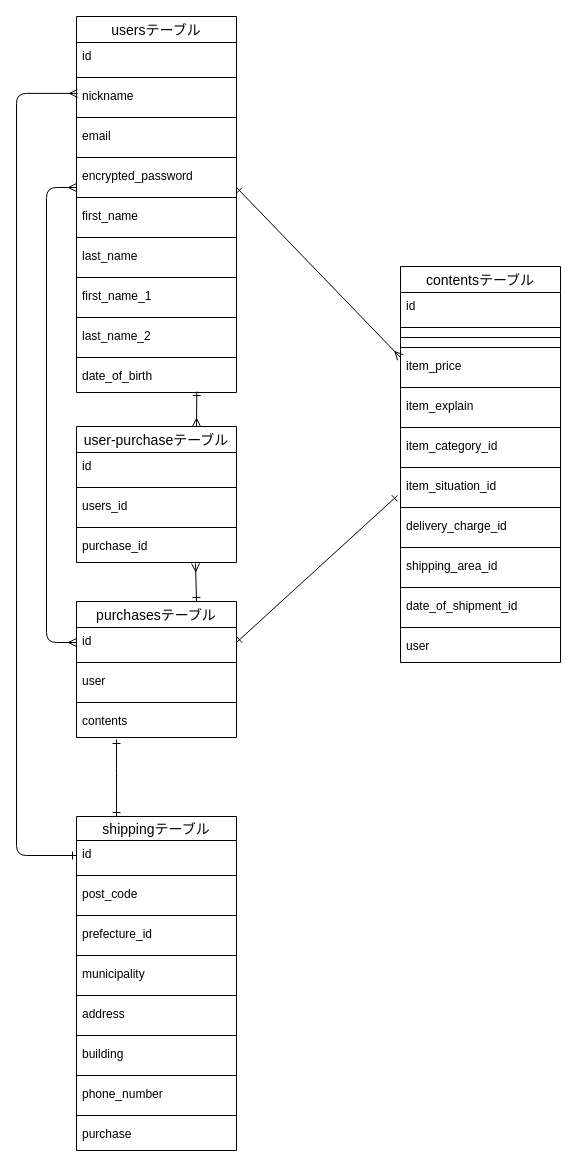
Before: furima.dio in kaityi/furima-38562, a draw.io diagram. Source tidied: cells renumbered, new cells numbered last; positions are measured from the earlier drawing's top-left corner, leaving out a move shared by most shapes. Both pictures are drawn from the tidied source at 100%, with x=0, y=0 at pixel (16, 16).
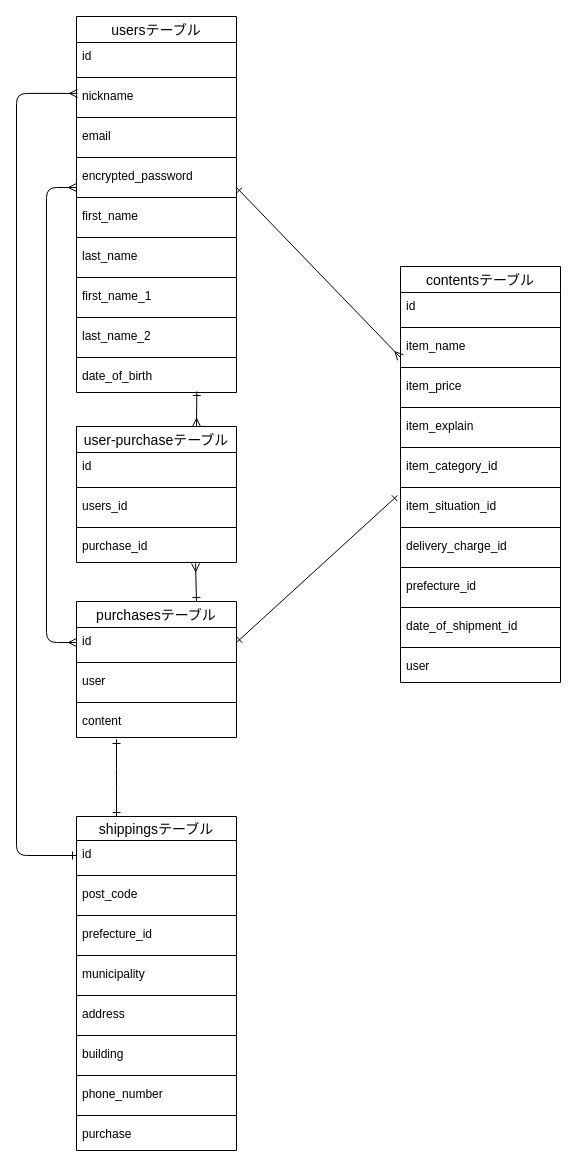
Above is the later version.

Commit message (it also covers changes not shown here):
DB設計の修正７

Unchanged cells that the change refers to:
```xml
<mxCell id="23" value="purchasesテーブル" style="swimlane;fontStyle=0;horizontal=1;startSize=26;align=center;fontSize=14;" parent="1" vertex="1">
  <mxGeometry x="60" y="585" width="160" height="136" as="geometry" />
</mxCell>
```

Change to the diagram source:
```diff
@@
     <mxCell id="2" value="contentsテーブル" style="swimlane;fontStyle=0;horizontal=1;startSize=26;align=center;fontSize=14;" parent="1" vertex="1">
-      <mxGeometry x="384" y="250" width="160" height="396" as="geometry" />
+      <mxGeometry x="384" y="250" width="160" height="416" as="geometry" />
     </mxCell>
@@
-    <mxCell id="5" style="line;strokeWidth=1;dashed=0;labelPosition=right;align=left;verticalAlign=middle;spacingTop=0;spacingLeft=6;" parent="2" vertex="1">
-      <mxGeometry y="66" width="160" height="10" as="geometry" />
-    </mxCell>
+    <mxCell id="75" value="item_name" style="text;strokeColor=none;fillColor=none;spacingLeft=4;spacingRight=4;overflow=hidden;fontSize=12;" parent="2" vertex="1">
+      <mxGeometry y="66" width="160" height="30" as="geometry" />
+    </mxCell>
     <mxCell id="6" style="line;strokeWidth=1;dashed=0;labelPosition=right;align=left;verticalAlign=middle;spacingTop=0;spacingLeft=6;" parent="2" vertex="1">
-      <mxGeometry y="76" width="160" height="10" as="geometry" />
+      <mxGeometry y="96" width="160" height="10" as="geometry" />
     </mxCell>
     <mxCell id="7" value="item_price" style="text;strokeColor=none;fillColor=none;spacingLeft=4;spacingRight=4;overflow=hidden;fontSize=12;" parent="2" vertex="1">
-      <mxGeometry y="86" width="160" height="30" as="geometry" />
+      <mxGeometry y="106" width="160" height="30" as="geometry" />
     </mxCell>
     <mxCell id="8" style="line;strokeWidth=1;dashed=0;labelPosition=right;align=left;verticalAlign=middle;spacingTop=0;spacingLeft=6;" parent="2" vertex="1">
-      <mxGeometry y="116" width="160" height="10" as="geometry" />
+      <mxGeometry y="136" width="160" height="10" as="geometry" />
     </mxCell>
     <mxCell id="9" value="item_explain" style="text;strokeColor=none;fillColor=none;spacingLeft=4;spacingRight=4;overflow=hidden;fontSize=12;" parent="2" vertex="1">
-      <mxGeometry y="126" width="160" height="30" as="geometry" />
+      <mxGeometry y="146" width="160" height="30" as="geometry" />
     </mxCell>
     <mxCell id="10" style="line;strokeWidth=1;dashed=0;labelPosition=right;align=left;verticalAlign=middle;spacingTop=0;spacingLeft=6;" parent="2" vertex="1">
-      <mxGeometry y="156" width="160" height="10" as="geometry" />
+      <mxGeometry y="176" width="160" height="10" as="geometry" />
     </mxCell>
     <mxCell id="11" value="item_category_id" style="text;strokeColor=none;fillColor=none;spacingLeft=4;spacingRight=4;overflow=hidden;fontSize=12;" parent="2" vertex="1">
-      <mxGeometry y="166" width="160" height="30" as="geometry" />
+      <mxGeometry y="186" width="160" height="30" as="geometry" />
     </mxCell>
     <mxCell id="12" style="line;strokeWidth=1;dashed=0;labelPosition=right;align=left;verticalAlign=middle;spacingTop=0;spacingLeft=6;" parent="2" vertex="1">
-      <mxGeometry y="196" width="160" height="10" as="geometry" />
+      <mxGeometry y="216" width="160" height="10" as="geometry" />
     </mxCell>
     <mxCell id="13" value="item_situation_id" style="text;strokeColor=none;fillColor=none;spacingLeft=4;spacingRight=4;overflow=hidden;fontSize=12;" parent="2" vertex="1">
-      <mxGeometry y="206" width="160" height="30" as="geometry" />
+      <mxGeometry y="226" width="160" height="30" as="geometry" />
     </mxCell>
     <mxCell id="14" style="line;strokeWidth=1;dashed=0;labelPosition=right;align=left;verticalAlign=middle;spacingTop=0;spacingLeft=6;" parent="2" vertex="1">
-      <mxGeometry y="236" width="160" height="10" as="geometry" />
+      <mxGeometry y="256" width="160" height="10" as="geometry" />
     </mxCell>
     <mxCell id="15" value="delivery_charge_id" style="text;strokeColor=none;fillColor=none;spacingLeft=4;spacingRight=4;overflow=hidden;fontSize=12;" parent="2" vertex="1">
-      <mxGeometry y="246" width="160" height="30" as="geometry" />
+      <mxGeometry y="266" width="160" height="30" as="geometry" />
     </mxCell>
     <mxCell id="16" style="line;strokeWidth=1;dashed=0;labelPosition=right;align=left;verticalAlign=middle;spacingTop=0;spacingLeft=6;" parent="2" vertex="1">
-      <mxGeometry y="276" width="160" height="10" as="geometry" />
+      <mxGeometry y="296" width="160" height="10" as="geometry" />
     </mxCell>
-    <mxCell id="17" value="shipping_area_id" style="text;strokeColor=none;fillColor=none;spacingLeft=4;spacingRight=4;overflow=hidden;fontSize=12;" parent="2" vertex="1">
-      <mxGeometry y="286" width="160" height="30" as="geometry" />
+    <mxCell id="17" value="prefecture_id" style="text;strokeColor=none;fillColor=none;spacingLeft=4;spacingRight=4;overflow=hidden;fontSize=12;" parent="2" vertex="1">
+      <mxGeometry y="306" width="160" height="30" as="geometry" />
     </mxCell>
     <mxCell id="18" style="line;strokeWidth=1;dashed=0;labelPosition=right;align=left;verticalAlign=middle;spacingTop=0;spacingLeft=6;" parent="2" vertex="1">
-      <mxGeometry y="316" width="160" height="10" as="geometry" />
+      <mxGeometry y="336" width="160" height="10" as="geometry" />
     </mxCell>
     <mxCell id="19" value="date_of_shipment_id" style="text;strokeColor=none;fillColor=none;spacingLeft=4;spacingRight=4;overflow=hidden;fontSize=12;" parent="2" vertex="1">
-      <mxGeometry y="326" width="160" height="30" as="geometry" />
+      <mxGeometry y="346" width="160" height="30" as="geometry" />
     </mxCell>
     <mxCell id="20" style="line;strokeWidth=1;dashed=0;labelPosition=right;align=left;verticalAlign=middle;spacingTop=0;spacingLeft=6;" parent="2" vertex="1">
-      <mxGeometry y="356" width="160" height="10" as="geometry" />
+      <mxGeometry y="376" width="160" height="10" as="geometry" />
     </mxCell>
     <mxCell id="21" value="user" style="text;strokeColor=none;fillColor=none;spacingLeft=4;spacingRight=4;overflow=hidden;fontSize=12;" parent="2" vertex="1">
-      <mxGeometry y="366" width="160" height="30" as="geometry" />
+      <mxGeometry y="386" width="160" height="30" as="geometry" />
     </mxCell>
@@
-    <mxCell id="28" value="contents" style="text;strokeColor=none;fillColor=none;spacingLeft=4;spacingRight=4;overflow=hidden;points=[[0,0.5],[1,0.5]];portConstraint=eastwest;fontSize=12;" parent="23" vertex="1">
+    <mxCell id="28" value="content" style="text;strokeColor=none;fillColor=none;spacingLeft=4;spacingRight=4;overflow=hidden;points=[[0,0.5],[1,0.5]];portConstraint=eastwest;fontSize=12;" parent="23" vertex="1">
       <mxGeometry y="106" width="160" height="30" as="geometry" />
     </mxCell>
@@
-    <mxCell id="30" value="shippingテーブル" style="swimlane;fontStyle=0;horizontal=1;startSize=24;align=center;fontSize=14;" parent="1" vertex="1">
+    <mxCell id="30" value="shippingsテーブル" style="swimlane;fontStyle=0;horizontal=1;startSize=24;align=center;fontSize=14;" parent="1" vertex="1">
       <mxGeometry x="60" y="800" width="160" height="334" as="geometry" />
     </mxCell>
```
